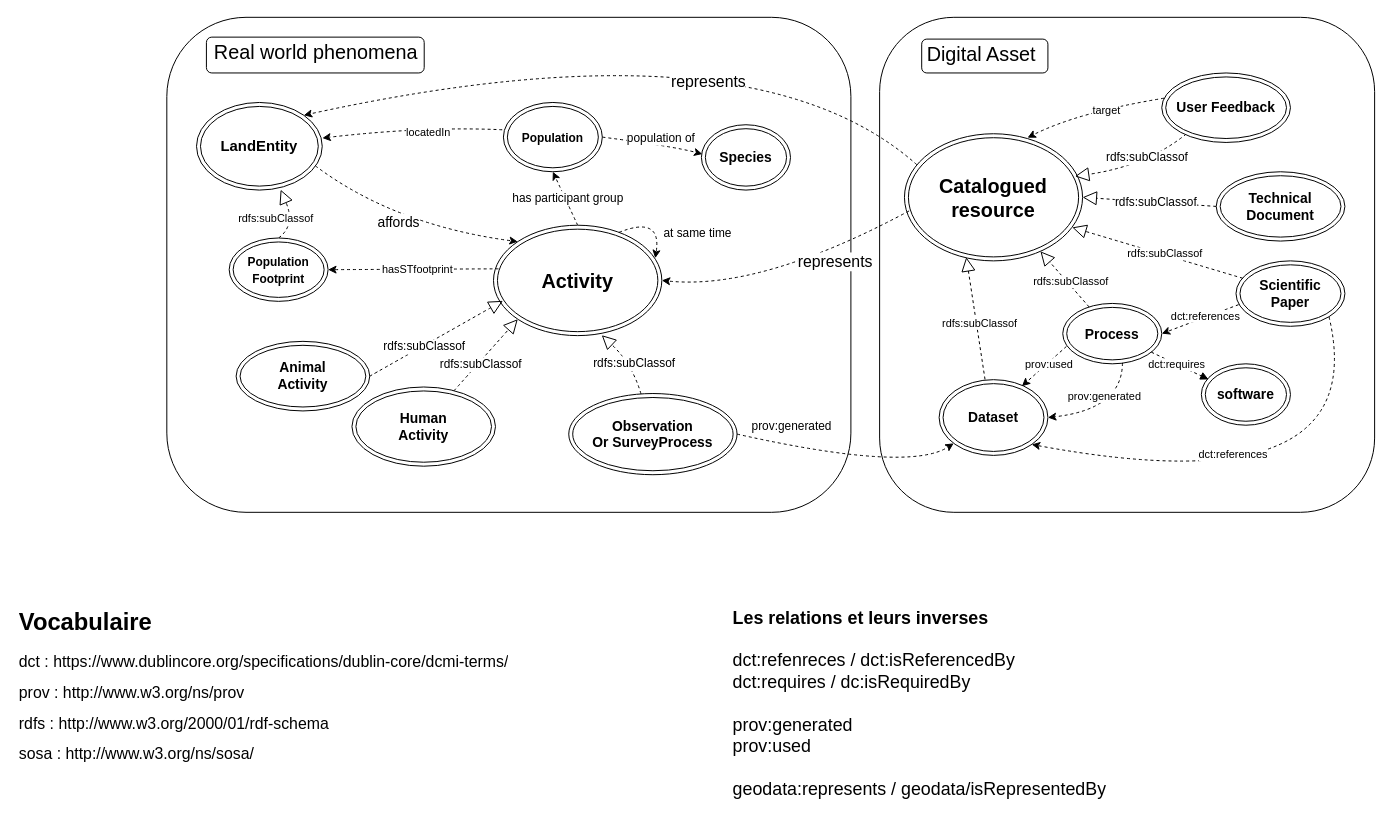
The draw.io diagram page "Schema principal" (1 of 3) of docs/diagrams/model_KG_article_long.drawio in IntForOut/outdoorPressure, before the edit. Source tidied: cells renumbered, new cells numbered last; positions are measured from the earlier drawing's top-left corner, leaving out a move shared by most shapes. Both pictures are drawn from the tidied source at 99%, with x=0, y=0 at pixel (17, 17).
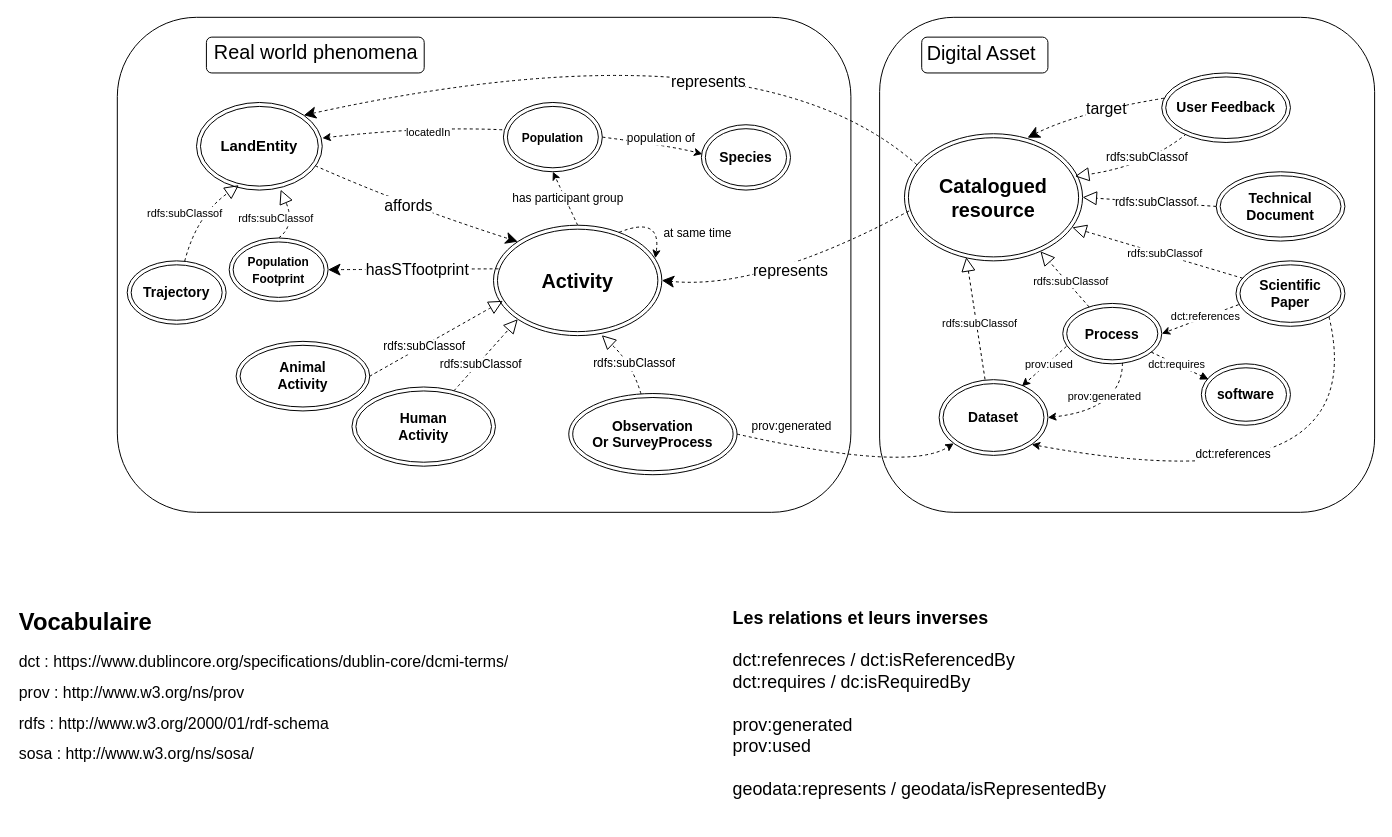
The same page after the edit.

Commit message:
Mettre à jour model_KG_article_long.drawio

The change refers to these unchanged cells:
```xml
<mxCell id="6" value="&lt;b&gt;&lt;font style=&quot;font-size: 20px;&quot;&gt;Catalogued &lt;br&gt;resource&lt;/font&gt;&lt;/b&gt;" style="ellipse;shape=doubleEllipse;whiteSpace=wrap;html=1;fontSize=14;fillColor=none;" parent="1" vertex="1">
  <mxGeometry x="896.1" y="117.6" width="179.9" height="128.4" as="geometry" />
</mxCell>
<mxCell id="7" style="edgeStyle=none;html=1;exitX=1;exitY=1;exitDx=0;exitDy=0;entryX=1;entryY=1;entryDx=0;entryDy=0;rounded=0;curved=1;dashed=1;" parent="1" edge="1" source="11" target="23">
  <mxGeometry relative="1" as="geometry">
    <Array as="points">
      <mxPoint x="1371" y="496" />
    </Array>
  </mxGeometry>
</mxCell>
<mxCell id="16" value="&lt;b&gt;&lt;font style=&quot;font-size: 15px;&quot;&gt;LandEntity&lt;/font&gt;&lt;/b&gt;" style="ellipse;shape=doubleEllipse;whiteSpace=wrap;html=1;fontSize=14;" parent="1" vertex="1">
  <mxGeometry x="181" y="86" width="127" height="88.5" as="geometry" />
</mxCell>
<mxCell id="19" value="&lt;b&gt;&lt;font style=&quot;font-size: 20px;&quot;&gt;Activity&lt;/font&gt;&lt;/b&gt;" style="ellipse;shape=doubleEllipse;whiteSpace=wrap;html=1;fontSize=14;" parent="1" vertex="1">
  <mxGeometry x="481" y="210" width="170" height="111.5" as="geometry" />
</mxCell>
<mxCell id="49" value="&lt;b&gt;User Feedback&lt;/b&gt;" style="ellipse;shape=doubleEllipse;whiteSpace=wrap;html=1;fontSize=14;" parent="1" vertex="1">
  <mxGeometry x="1156" y="56.2" width="130" height="70.2" as="geometry" />
</mxCell>
<mxCell id="69" value="&lt;b&gt;&lt;font style=&quot;font-size: 12px;&quot;&gt;Population&lt;/font&gt;&lt;/b&gt;&lt;div&gt;&lt;b&gt;&lt;font style=&quot;font-size: 12px;&quot;&gt;Footprint&lt;/font&gt;&lt;/b&gt;&lt;/div&gt;" style="ellipse;shape=doubleEllipse;whiteSpace=wrap;html=1;fontSize=14;" parent="1" vertex="1">
  <mxGeometry x="214" y="222.9" width="99.9" height="64" as="geometry" />
</mxCell>
```

Diff of the diagram source:
```diff
@@
     <mxCell id="3" style="rounded=1;whiteSpace=wrap;html=1;fillColor=default;arcSize=16;" parent="1" vertex="1">
-      <mxGeometry x="151" width="691" height="500" as="geometry" />
+      <mxGeometry x="101" width="741" height="500" as="geometry" />
     </mxCell>
-    <mxCell id="4" style="edgeStyle=none;html=1;exitX=0.026;exitY=0.607;exitDx=0;exitDy=0;entryX=1;entryY=0.5;entryDx=0;entryDy=0;rounded=0;curved=1;dashed=1;exitPerimeter=0;" parent="1" edge="1" source="6" target="19">
+    <mxCell id="4" style="edgeStyle=none;html=1;exitX=0.026;exitY=0.607;exitDx=0;exitDy=0;entryX=1;entryY=0.5;entryDx=0;entryDy=0;rounded=0;curved=1;dashed=1;exitPerimeter=0;endSize=10;" parent="1" edge="1" source="6" target="19">
       <mxGeometry relative="1" as="geometry">
         <Array as="points">
           <mxPoint x="751" y="276" />
         </Array>
       </mxGeometry>
     </mxCell>
     <mxCell id="5" value="&lt;font style=&quot;color: rgb(0, 0, 0); font-size: 16px;&quot;&gt;represents&lt;/font&gt;" style="edgeLabel;html=1;align=center;verticalAlign=middle;fontSize=14;fontColor=#FF0000;" parent="4" vertex="1">
       <mxGeometry x="0.3" y="13" relative="1" as="geometry">
-        <mxPoint x="82" y="-42" as="offset" />
+        <mxPoint x="37" y="-33" as="offset" />
       </mxGeometry>
     </mxCell>
@@
-    <mxCell id="8" value="dct:references" style="edgeLabel;html=1;align=center;verticalAlign=middle;" parent="7" vertex="1">
+    <mxCell id="8" value="&lt;font style=&quot;font-size: 12px;&quot;&gt;dct:references&lt;/font&gt;" style="edgeLabel;html=1;align=center;verticalAlign=middle;" parent="7" vertex="1">
       <mxGeometry x="0.27" y="-27" relative="1" as="geometry" />
     </mxCell>
@@
-    <mxCell id="14" style="edgeStyle=none;html=1;rounded=0;curved=1;dashed=1;entryX=0;entryY=0;entryDx=0;entryDy=0;" parent="1" edge="1" target="19">
+    <mxCell id="14" style="edgeStyle=none;html=1;rounded=0;curved=1;dashed=1;entryX=0;entryY=0;entryDx=0;entryDy=0;endSize=10;" parent="1" edge="1" target="19">
       <mxGeometry relative="1" as="geometry">
         <mxPoint x="301" y="150" as="sourcePoint" />
         <Array as="points">
-          <mxPoint x="381" y="210" />
+          <mxPoint x="391" y="190" />
         </Array>
       </mxGeometry>
     </mxCell>
-    <mxCell id="15" value="&lt;span style=&quot;color: rgb(0, 0, 0);&quot;&gt;affords&lt;/span&gt;" style="edgeLabel;html=1;align=center;verticalAlign=middle;fontSize=14;" parent="14" vertex="1">
+    <mxCell id="15" value="&lt;font style=&quot;font-size: 16px;&quot;&gt;&lt;span style=&quot;color: rgb(0, 0, 0);&quot;&gt;affords&lt;/span&gt;&lt;/font&gt;" style="edgeLabel;html=1;align=center;verticalAlign=middle;fontSize=14;" parent="14" vertex="1">
       <mxGeometry x="0.04" y="11" relative="1" as="geometry">
         <mxPoint x="-15" y="5" as="offset" />
       </mxGeometry>
     </mxCell>
@@
-    <mxCell id="50" style="edgeStyle=none;html=1;entryX=1;entryY=0;entryDx=0;entryDy=0;rounded=0;curved=1;dashed=1;exitX=0.069;exitY=0.243;exitDx=0;exitDy=0;exitPerimeter=0;" parent="1" edge="1" source="6" target="16">
+    <mxCell id="50" style="edgeStyle=none;html=1;entryX=1;entryY=0;entryDx=0;entryDy=0;rounded=0;curved=1;dashed=1;exitX=0.069;exitY=0.243;exitDx=0;exitDy=0;exitPerimeter=0;endSize=10;" parent="1" edge="1" source="6" target="16">
       <mxGeometry relative="1" as="geometry">
         <Array as="points">
           <mxPoint x="741" />
         </Array>
       </mxGeometry>
     </mxCell>
@@
     <mxCell id="54" style="group;strokeColor=default;rounded=1;" parent="1" vertex="1">
-      <mxGeometry x="913.5" y="22" width="127.5" height="34.2" as="geometry" />
+      <mxGeometry x="913.5" y="20" width="127.5" height="36.2" as="geometry" />
     </mxCell>
     <mxCell id="55" value="Digital Asset" style="text;html=1;whiteSpace=wrap;strokeColor=none;fillColor=none;align=left;verticalAlign=middle;rounded=0;fontSize=20;" parent="54" vertex="1">
-      <mxGeometry x="3.2" y="11" width="124.2" height="8.5" as="geometry" />
+      <mxGeometry x="3.2" y="11.7" width="124.2" height="9" as="geometry" />
     </mxCell>
-    <mxCell id="56" style="edgeStyle=none;html=1;entryX=0.691;entryY=0.031;entryDx=0;entryDy=0;entryPerimeter=0;rounded=0;curved=1;dashed=1;exitX=0.018;exitY=0.363;exitDx=0;exitDy=0;exitPerimeter=0;" parent="1" edge="1" source="49" target="6">
+    <mxCell id="56" style="edgeStyle=none;html=1;entryX=0.691;entryY=0.031;entryDx=0;entryDy=0;entryPerimeter=0;rounded=0;curved=1;dashed=1;exitX=0.018;exitY=0.363;exitDx=0;exitDy=0;exitPerimeter=0;endSize=10;" parent="1" edge="1" source="49" target="6">
       <mxGeometry relative="1" as="geometry">
         <Array as="points">
           <mxPoint x="1071" y="96" />
         </Array>
       </mxGeometry>
     </mxCell>
-    <mxCell id="57" value="&lt;font style=&quot;font-size: 11px;&quot;&gt;target&lt;/font&gt;" style="edgeLabel;html=1;align=center;verticalAlign=middle;fontSize=12;" parent="56" vertex="1">
+    <mxCell id="57" value="&lt;font style=&quot;font-size: 16px;&quot;&gt;target&lt;/font&gt;" style="edgeLabel;html=1;align=center;verticalAlign=middle;fontSize=12;" parent="56" vertex="1">
       <mxGeometry x="0.04" y="12" relative="1" as="geometry">
-        <mxPoint x="14" y="-12" as="offset" />
+        <mxPoint x="14" y="-14" as="offset" />
       </mxGeometry>
     </mxCell>
@@
-    <mxCell id="70" style="edgeStyle=none;html=1;entryX=1;entryY=0.5;entryDx=0;entryDy=0;dashed=1;rounded=0;curved=1;exitX=0.029;exitY=0.395;exitDx=0;exitDy=0;exitPerimeter=0;" parent="1" edge="1" source="19" target="69">
+    <mxCell id="70" style="edgeStyle=none;html=1;entryX=1;entryY=0.5;entryDx=0;entryDy=0;dashed=1;rounded=0;curved=1;exitX=0.029;exitY=0.395;exitDx=0;exitDy=0;exitPerimeter=0;endSize=10;" parent="1" edge="1" source="19" target="69">
       <mxGeometry relative="1" as="geometry" />
     </mxCell>
-    <mxCell id="71" value="hasSTfootprint" style="edgeLabel;html=1;align=center;verticalAlign=middle;" parent="70" vertex="1">
+    <mxCell id="71" value="&lt;font style=&quot;font-size: 16px;&quot;&gt;hasSTfootprint&lt;/font&gt;" style="edgeLabel;html=1;align=center;verticalAlign=middle;" parent="70" vertex="1">
       <mxGeometry x="-0.14" y="-1" relative="1" as="geometry">
         <mxPoint x="-8" y="1" as="offset" />
       </mxGeometry>
     </mxCell>
@@
+    <mxCell id="74" value="&lt;b&gt;Trajectory&lt;/b&gt;" style="ellipse;shape=doubleEllipse;whiteSpace=wrap;html=1;fontSize=14;" parent="1" vertex="1">
+      <mxGeometry x="111" y="246" width="99.9" height="64" as="geometry" />
+    </mxCell>
+    <mxCell id="75" style="edgeStyle=none;html=1;rounded=0;curved=1;dashed=1;endArrow=block;endFill=0;entryX=0.337;entryY=0.944;entryDx=0;entryDy=0;entryPerimeter=0;endSize=12;" parent="1" edge="1" source="74" target="16">
+      <mxGeometry relative="1" as="geometry">
+        <Array as="points">
+          <mxPoint x="181" y="200" />
+        </Array>
+      </mxGeometry>
+    </mxCell>
+    <mxCell id="76" value="&lt;font&gt;rdfs:subClassof&lt;/font&gt;" style="edgeLabel;html=1;align=center;verticalAlign=middle;" parent="75" vertex="1">
+      <mxGeometry x="0.03" y="2" relative="1" as="geometry">
+        <mxPoint x="-15" y="1" as="offset" />
+      </mxGeometry>
+    </mxCell>
```
